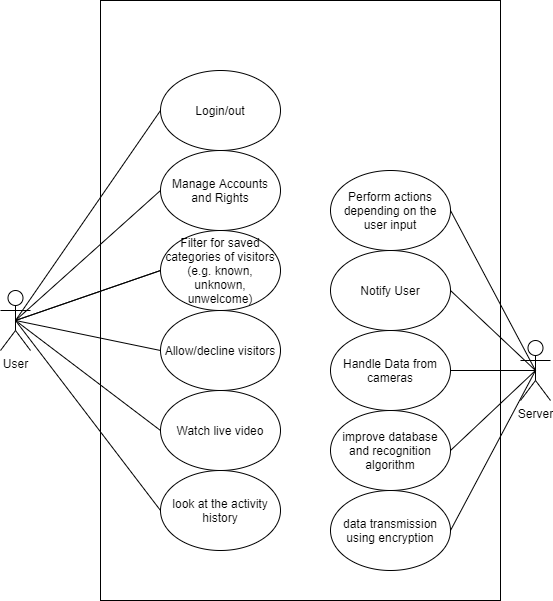
The draw.io diagram Use_Case_Diagram.png in mymanu/Camera-Observation-Tool-Documentation, before a commit. Source tidied: cells renumbered, new cells last; positions are measured from the earlier drawing's top-left corner, leaving out a move shared by most shapes.
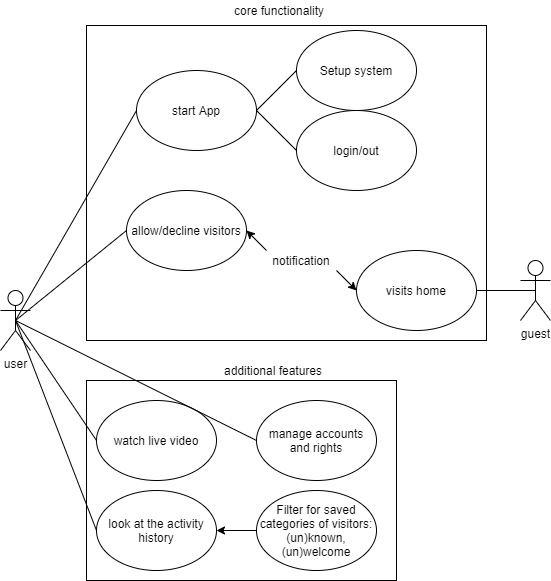
Above is the later version.

Change to the diagram source:
```diff
@@ -2,53 +2,26 @@
   <root>
     <mxCell id="0" />
     <mxCell id="1" parent="0" />
+    <mxCell id="28" style="rounded=0;whiteSpace=wrap;html=1;" parent="1" vertex="1">
+      <mxGeometry x="46" y="350" width="310" height="200" as="geometry" />
+    </mxCell>
     <mxCell id="2" style="rounded=0;whiteSpace=wrap;html=1;" parent="1" vertex="1">
-      <mxGeometry x="100" width="400" height="600" as="geometry" />
+      <mxGeometry x="46" y="-5" width="400" height="315" as="geometry" />
     </mxCell>
-    <mxCell id="3" value="Server" style="shape=umlActor;verticalLabelPosition=bottom;verticalAlign=top;html=1;outlineConnect=0;" parent="1" vertex="1">
-      <mxGeometry x="520" y="340" width="30" height="60" as="geometry" />
+    <mxCell id="3" value="guest" style="shape=umlActor;verticalLabelPosition=bottom;verticalAlign=top;html=1;outlineConnect=0;" parent="1" vertex="1">
+      <mxGeometry x="480" y="230" width="30" height="60" as="geometry" />
     </mxCell>
-    <mxCell id="4" value="Notify User" style="ellipse;whiteSpace=wrap;html=1;" parent="1" vertex="1">
-      <mxGeometry x="330" y="250" width="120" height="80" as="geometry" />
-    </mxCell>
-    <mxCell id="5" value="Handle Data from cameras" style="ellipse;whiteSpace=wrap;html=1;" parent="1" vertex="1">
-      <mxGeometry x="330" y="330" width="120" height="80" as="geometry" />
-    </mxCell>
-    <mxCell id="6" style="endArrow=none;html=1;exitX=1;exitY=0.5;exitDx=0;exitDy=0;entryX=0.5;entryY=0.5;entryDx=0;entryDy=0;entryPerimeter=0;" parent="1" edge="1" source="9" target="3">
-      <mxGeometry relative="1" as="geometry" />
-    </mxCell>
-    <mxCell id="7" style="endArrow=none;html=1;exitX=0.5;exitY=0.5;exitDx=0;exitDy=0;exitPerimeter=0;entryX=1;entryY=0.5;entryDx=0;entryDy=0;" parent="1" edge="1" source="3" target="5">
-      <mxGeometry relative="1" as="geometry" />
-    </mxCell>
-    <mxCell id="8" style="endArrow=none;html=1;exitX=0.5;exitY=0.5;exitDx=0;exitDy=0;exitPerimeter=0;entryX=1;entryY=0.5;entryDx=0;entryDy=0;" parent="1" edge="1" source="3" target="4">
-      <mxGeometry relative="1" as="geometry" />
-    </mxCell>
-    <mxCell id="9" value="improve database and recognition algorithm" style="ellipse;whiteSpace=wrap;html=1;" parent="1" vertex="1">
-      <mxGeometry x="330" y="410" width="120" height="80" as="geometry" />
-    </mxCell>
-    <mxCell id="10" value="data transmission using encryption" style="ellipse;whiteSpace=wrap;html=1;" parent="1" vertex="1">
-      <mxGeometry x="330" y="490" width="120" height="80" as="geometry" />
-    </mxCell>
-    <mxCell id="11" style="endArrow=none;html=1;exitX=1;exitY=0.5;exitDx=0;exitDy=0;entryX=0.5;entryY=0.5;entryDx=0;entryDy=0;entryPerimeter=0;" parent="1" edge="1" source="10" target="3">
-      <mxGeometry relative="1" as="geometry" />
-    </mxCell>
-    <mxCell id="12" value="Perform actions depending on the user input" style="ellipse;whiteSpace=wrap;html=1;" parent="1" vertex="1">
-      <mxGeometry x="330" y="170" width="120" height="80" as="geometry" />
-    </mxCell>
-    <mxCell id="13" style="endArrow=none;html=1;entryX=1;entryY=0.5;entryDx=0;entryDy=0;exitX=0.5;exitY=0.5;exitDx=0;exitDy=0;exitPerimeter=0;" parent="1" edge="1" source="3" target="12">
-      <mxGeometry relative="1" as="geometry" />
-    </mxCell>
-    <mxCell id="14" value="Login/out" style="ellipse;whiteSpace=wrap;html=1;" parent="1" vertex="1">
-      <mxGeometry x="160" y="70" width="120" height="80" as="geometry" />
+    <mxCell id="14" value="start App" style="ellipse;whiteSpace=wrap;html=1;" parent="1" vertex="1">
+      <mxGeometry x="96" y="40" width="120" height="80" as="geometry" />
     </mxCell>
-    <mxCell id="15" value="Watch live video" style="ellipse;whiteSpace=wrap;html=1;" parent="1" vertex="1">
-      <mxGeometry x="160" y="390" width="120" height="80" as="geometry" />
+    <mxCell id="15" value="watch live video" style="ellipse;whiteSpace=wrap;html=1;" parent="1" vertex="1">
+      <mxGeometry x="56" y="370" width="120" height="80" as="geometry" />
     </mxCell>
     <mxCell id="16" value="look at the activity history" style="ellipse;whiteSpace=wrap;html=1;" parent="1" vertex="1">
-      <mxGeometry x="160" y="470" width="120" height="80" as="geometry" />
+      <mxGeometry x="56" y="460" width="120" height="80" as="geometry" />
     </mxCell>
-    <mxCell id="17" value="Allow/decline visitors" style="ellipse;whiteSpace=wrap;html=1;" parent="1" vertex="1">
-      <mxGeometry x="160" y="310" width="120" height="80" as="geometry" />
+    <mxCell id="17" value="allow/decline visitors" style="ellipse;whiteSpace=wrap;html=1;" parent="1" vertex="1">
+      <mxGeometry x="86" y="160" width="120" height="80" as="geometry" />
     </mxCell>
     <mxCell id="18" style="endArrow=none;html=1;exitX=0.5;exitY=0.5;exitDx=0;exitDy=0;exitPerimeter=0;entryX=0;entryY=0.5;entryDx=0;entryDy=0;" parent="1" edge="1" source="24" target="14">
       <mxGeometry relative="1" as="geometry" />
@@ -65,20 +38,53 @@
     <mxCell id="22" style="endArrow=none;html=1;exitX=0.5;exitY=0.5;exitDx=0;exitDy=0;exitPerimeter=0;entryX=0;entryY=0.5;entryDx=0;entryDy=0;" parent="1" edge="1" source="24" target="16">
       <mxGeometry relative="1" as="geometry" />
     </mxCell>
-    <mxCell id="23" style="endArrow=none;html=1;entryX=0;entryY=0.5;entryDx=0;entryDy=0;exitX=0.5;exitY=0.5;exitDx=0;exitDy=0;exitPerimeter=0;" parent="1" edge="1" source="24" target="26">
-      <mxGeometry relative="1" as="geometry" />
-    </mxCell>
-    <mxCell id="24" value="User" style="shape=umlActor;verticalLabelPosition=bottom;verticalAlign=top;html=1;outlineConnect=0;" parent="1" vertex="1">
-      <mxGeometry y="290" width="30" height="60" as="geometry" />
+    <mxCell id="24" value="user" style="shape=umlActor;verticalLabelPosition=bottom;verticalAlign=top;html=1;outlineConnect=0;" parent="1" vertex="1">
+      <mxGeometry x="-40" y="260" width="30" height="60" as="geometry" />
     </mxCell>
-    <mxCell id="25" value="Manage Accounts and Rights" style="ellipse;whiteSpace=wrap;html=1;" parent="1" vertex="1">
-      <mxGeometry x="160" y="150" width="120" height="80" as="geometry" />
+    <mxCell id="25" value="manage accounts and rights" style="ellipse;whiteSpace=wrap;html=1;" parent="1" vertex="1">
+      <mxGeometry x="216" y="370" width="120" height="80" as="geometry" />
     </mxCell>
+    <mxCell id="29" style="edgeStyle=none;rounded=0;jettySize=auto;html=1;" parent="1" edge="1" source="26" target="16">
+      <mxGeometry relative="1" as="geometry" />
+    </mxCell>
-    <mxCell id="26" value="Filter for saved categories of visitors (e.g. known, unknown, unwelcome)" style="ellipse;whiteSpace=wrap;html=1;" parent="1" vertex="1">
-      <mxGeometry x="160" y="230" width="120" height="80" as="geometry" />
+    <mxCell id="26" value="Filter for saved categories of visitors: (un)known, (un)welcome" style="ellipse;whiteSpace=wrap;html=1;" parent="1" vertex="1">
+      <mxGeometry x="216" y="460" width="120" height="80" as="geometry" />
     </mxCell>
-    <mxCell id="27" style="endArrow=none;html=1;entryX=0;entryY=0.5;entryDx=0;entryDy=0;exitX=0.5;exitY=0.5;exitDx=0;exitDy=0;exitPerimeter=0;" parent="1" edge="1" source="24" target="26">
-      <mxGeometry relative="1" as="geometry" />
-    </mxCell>
+    <mxCell id="30" value="visits home" style="ellipse;whiteSpace=wrap;html=1;" parent="1" vertex="1">
+      <mxGeometry x="316" y="220" width="120" height="80" as="geometry" />
+    </mxCell>
+    <mxCell id="31" value="notification" style="text;html=1;strokeColor=none;fillColor=none;align=center;verticalAlign=middle;whiteSpace=wrap;rounded=0;" parent="1" vertex="1">
+      <mxGeometry x="226" y="220" width="70" height="20" as="geometry" />
+    </mxCell>
+    <mxCell id="32" style="endArrow=none;html=1;exitX=0.5;exitY=0.5;exitDx=0;exitDy=0;entryX=1;entryY=0.5;entryDx=0;entryDy=0;exitPerimeter=0;" parent="1" edge="1" source="3" target="30">
+      <mxGeometry relative="1" as="geometry" />
+    </mxCell>
+    <mxCell id="33" style="endArrow=classic;html=1;exitX=1;exitY=1;exitDx=0;exitDy=0;entryX=0;entryY=0.5;entryDx=0;entryDy=0;" parent="1" edge="1" source="31" target="30">
+      <mxGeometry relative="1" as="geometry" />
+    </mxCell>
+    <mxCell id="34" style="endArrow=classic;html=1;entryX=1;entryY=0.5;entryDx=0;entryDy=0;exitX=0;exitY=0;exitDx=0;exitDy=0;" parent="1" edge="1" source="31" target="17">
+      <mxGeometry relative="1" as="geometry" />
+    </mxCell>
+    <mxCell id="35" style="edgeStyle=none;rounded=0;orthogonalLoop=1;jettySize=auto;html=1;exitX=0.5;exitY=0;exitDx=0;exitDy=0;" parent="1" edge="1" source="2" target="2">
+      <mxGeometry relative="1" as="geometry" />
+    </mxCell>
+    <mxCell id="36" value="Setup system" style="ellipse;whiteSpace=wrap;html=1;" parent="1" vertex="1">
+      <mxGeometry x="256" width="120" height="80" as="geometry" />
+    </mxCell>
+    <mxCell id="37" value="additional features" style="text;html=1;strokeColor=none;fillColor=none;align=center;verticalAlign=middle;whiteSpace=wrap;rounded=0;" parent="1" vertex="1">
+      <mxGeometry x="170" y="330" width="126" height="20" as="geometry" />
+    </mxCell>
+    <mxCell id="38" value="core functionality" style="text;html=1;strokeColor=none;fillColor=none;align=center;verticalAlign=middle;whiteSpace=wrap;rounded=0;" parent="1" vertex="1">
+      <mxGeometry x="176" y="-30" width="126" height="20" as="geometry" />
+    </mxCell>
+    <mxCell id="39" value="login/out" style="ellipse;whiteSpace=wrap;html=1;" parent="1" vertex="1">
+      <mxGeometry x="256" y="80" width="120" height="80" as="geometry" />
+    </mxCell>
+    <mxCell id="40" style="endArrow=none;html=1;exitX=0;exitY=0.5;exitDx=0;exitDy=0;entryX=1;entryY=0.5;entryDx=0;entryDy=0;" parent="1" edge="1" source="39" target="14">
+      <mxGeometry relative="1" as="geometry" />
+    </mxCell>
+    <mxCell id="41" style="endArrow=none;html=1;exitX=0;exitY=0.5;exitDx=0;exitDy=0;entryX=1;entryY=0.5;entryDx=0;entryDy=0;" parent="1" edge="1" source="36" target="14">
+      <mxGeometry relative="1" as="geometry" />
+    </mxCell>
   </root>
 </mxGraphModel>
```
